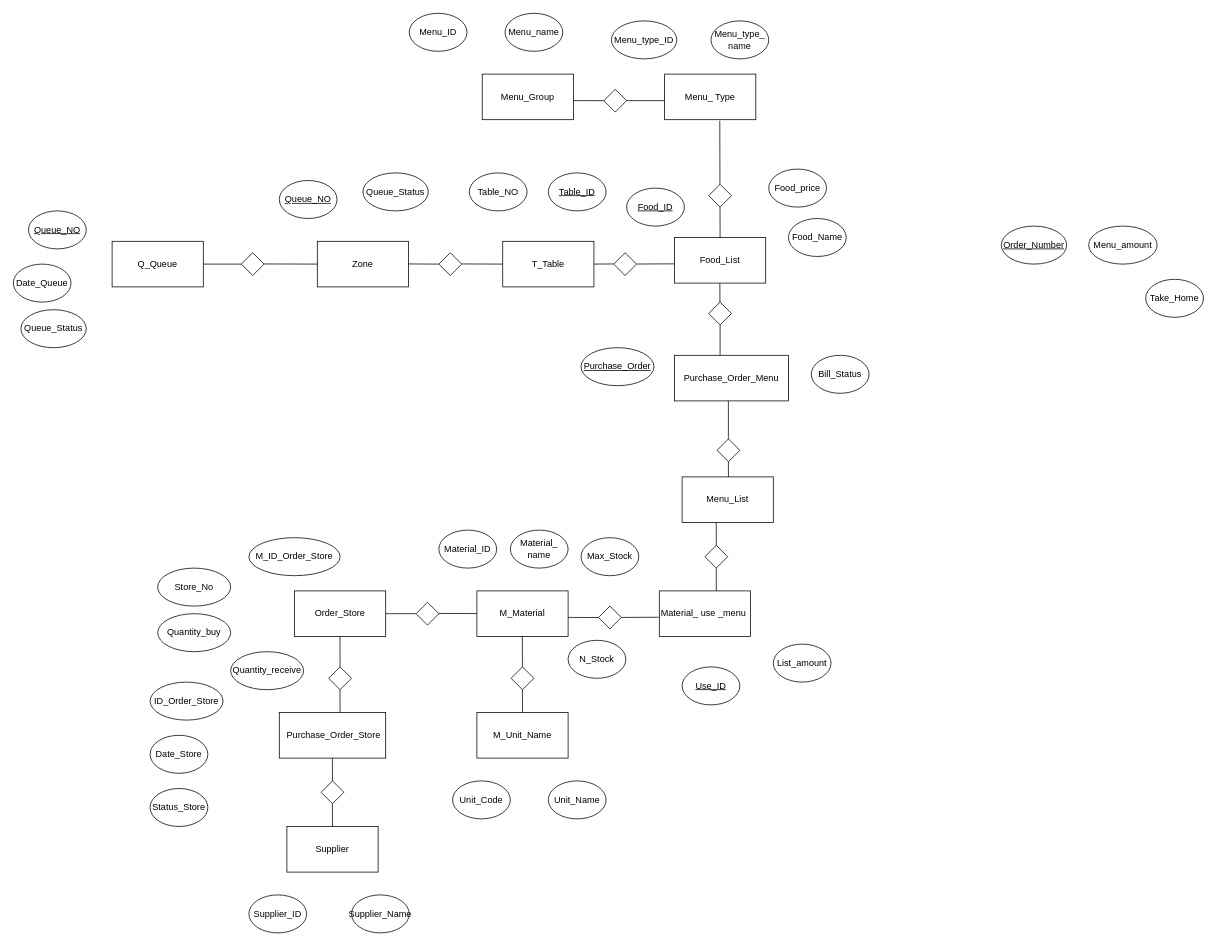
The draw.io diagram ทดสอบ.drawio in banthitamakjeen/git-workshop, before the edit. Source tidied: cells renumbered, new cells numbered last; positions are measured from the earlier drawing's top-left corner, leaving out a move shared by most shapes. Both pictures are drawn from the tidied source at 76%, with x=0, y=0 at pixel (13, 13).
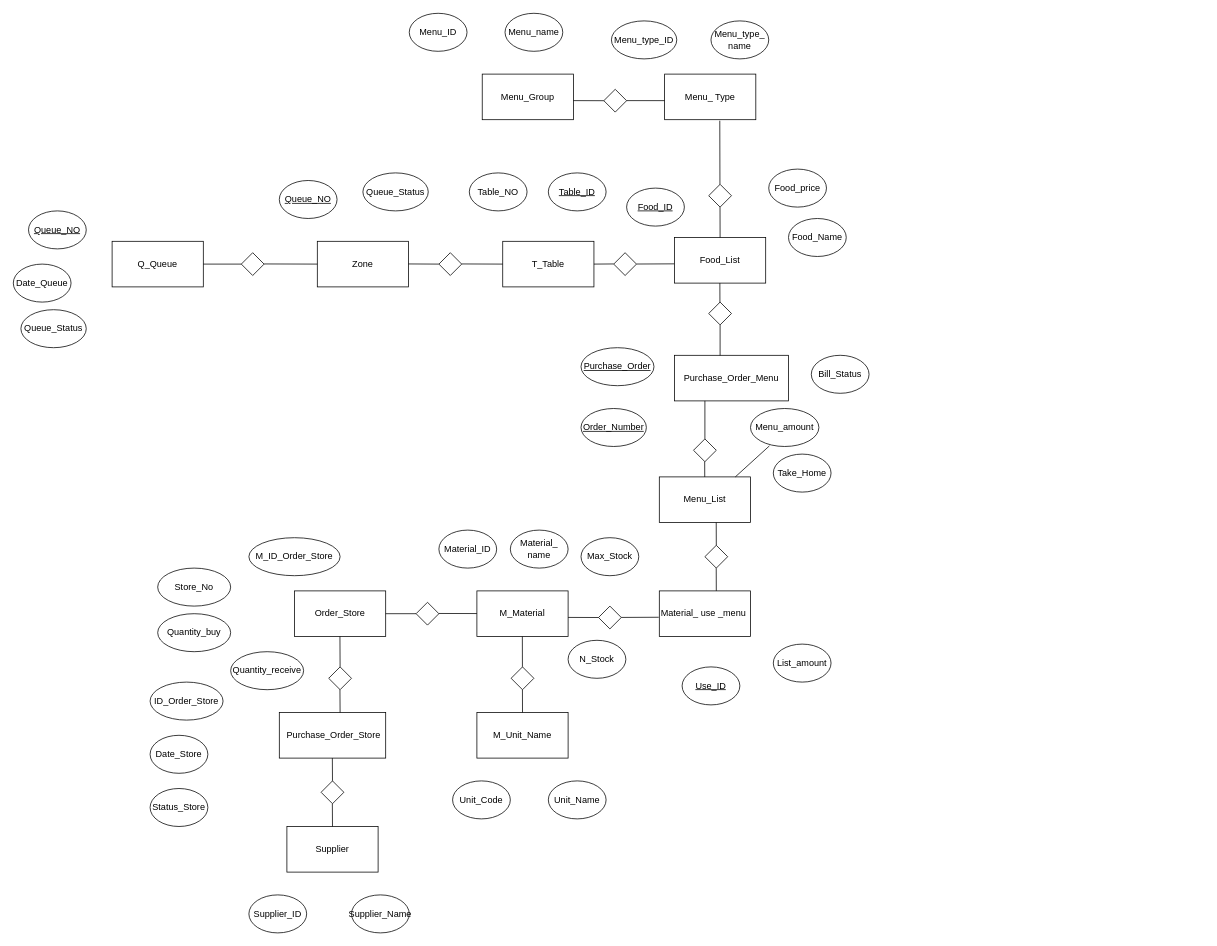
After the change.

Diff of the diagram source:
```diff
@@
     <mxCell id="4" value="Menu_List" style="rounded=0;whiteSpace=wrap;html=1;" parent="1" vertex="1">
-      <mxGeometry x="880" y="610" width="120" height="60" as="geometry" />
+      <mxGeometry x="850" y="610" width="120" height="60" as="geometry" />
     </mxCell>
@@
     <mxCell id="81" value="&lt;u&gt;Order_Number&lt;/u&gt;" style="ellipse;whiteSpace=wrap;html=1;" parent="1" vertex="1">
-      <mxGeometry x="1300" y="280" width="86" height="50" as="geometry" />
+      <mxGeometry x="747" y="520" width="86" height="50" as="geometry" />
     </mxCell>
     <mxCell id="82" value="Menu_amount" style="ellipse;whiteSpace=wrap;html=1;" parent="1" vertex="1">
-      <mxGeometry x="1415" y="280" width="90" height="50" as="geometry" />
+      <mxGeometry x="970" y="520" width="90" height="50" as="geometry" />
     </mxCell>
     <mxCell id="83" value="Take_Home" style="ellipse;whiteSpace=wrap;html=1;" parent="1" vertex="1">
-      <mxGeometry x="1490" y="350" width="76" height="50" as="geometry" />
+      <mxGeometry x="1000" y="580" width="76" height="50" as="geometry" />
     </mxCell>
@@
     <mxCell id="85" style="rhombus;whiteSpace=wrap;html=1;" parent="1" vertex="1">
-      <mxGeometry x="926" y="560" width="30" height="30" as="geometry" />
+      <mxGeometry x="895" y="560" width="30" height="30" as="geometry" />
     </mxCell>
     <mxCell id="86" style="endArrow=none;html=1;rounded=0;" parent="1" edge="1">
       <mxGeometry relative="1" as="geometry">
-        <mxPoint x="940.9" y="560" as="sourcePoint" />
-        <mxPoint x="940.9" y="510" as="targetPoint" />
+        <mxPoint x="910" y="560" as="sourcePoint" />
+        <mxPoint x="910" y="510" as="targetPoint" />
       </mxGeometry>
     </mxCell>
     <mxCell id="87" style="endArrow=none;html=1;rounded=0;" parent="1" edge="1">
       <mxGeometry relative="1" as="geometry">
-        <mxPoint x="941" y="610" as="sourcePoint" />
-        <mxPoint x="940.9" y="590" as="targetPoint" />
+        <mxPoint x="909.8" y="610" as="sourcePoint" />
+        <mxPoint x="909.7" y="590" as="targetPoint" />
       </mxGeometry>
     </mxCell>
@@
+    <mxCell id="91" style="endArrow=none;html=1;rounded=0;entryX=0.277;entryY=0.983;entryDx=0;entryDy=0;entryPerimeter=0;" parent="1" edge="1" target="82">
+      <mxGeometry relative="1" as="geometry">
+        <mxPoint x="950" y="610" as="sourcePoint" />
+      </mxGeometry>
+    </mxCell>
```
